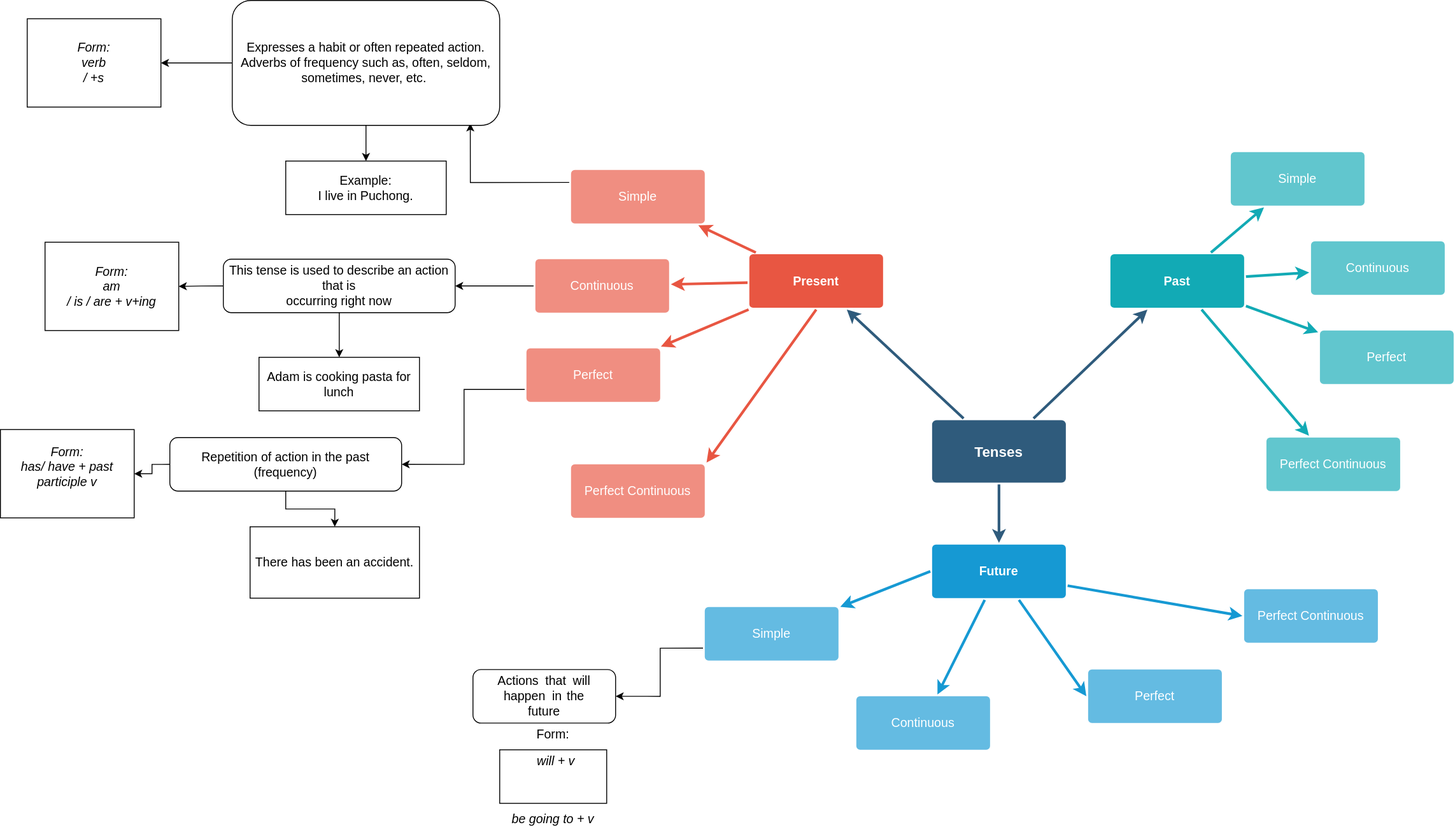
The draw.io diagram Tense.drawio.svg in mhrk04/WED10402-CE, before a commit. Source tidied: cells renumbered, new cells last; positions are measured from the earlier drawing's top-left corner, leaving out a move shared by most shapes.
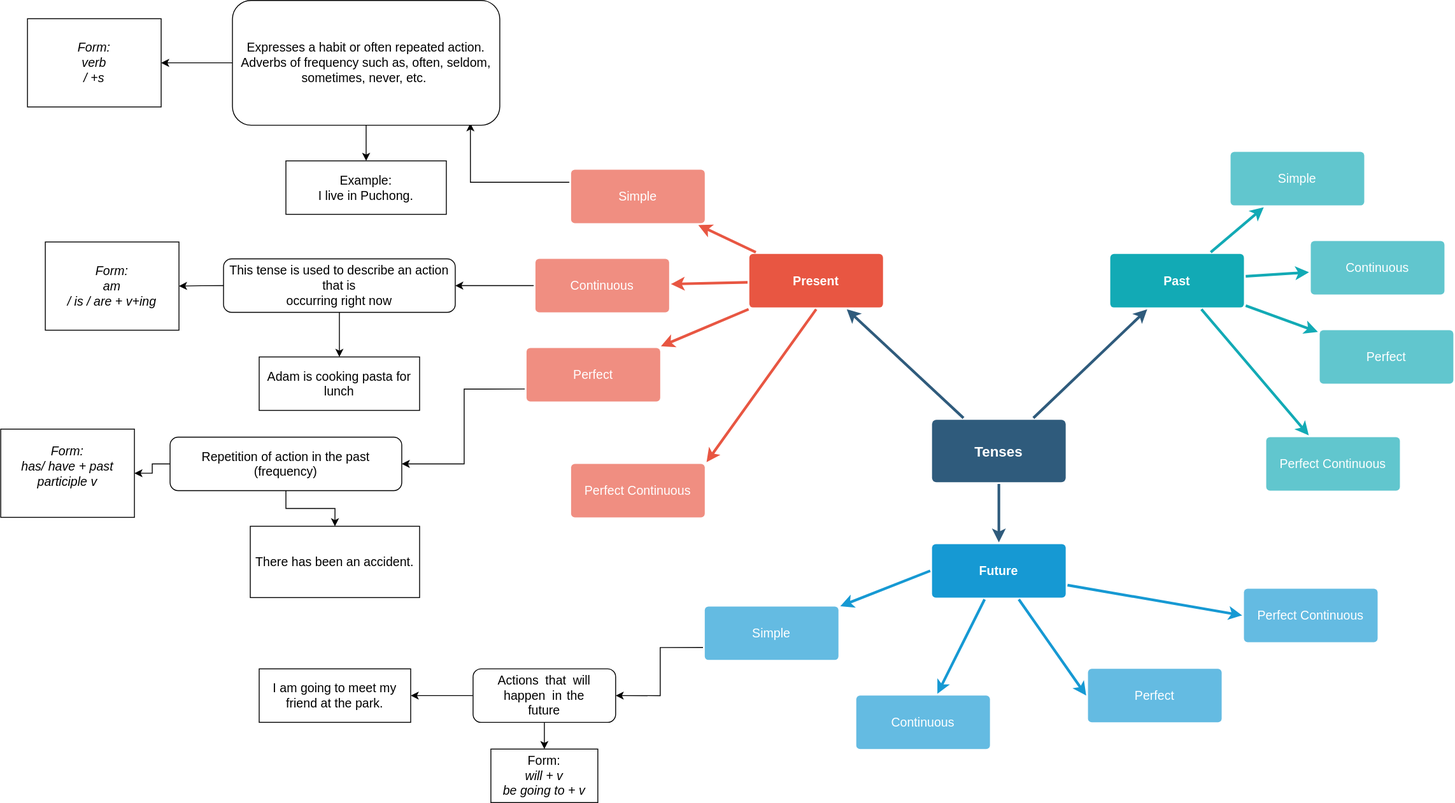
Above is the later version.

Diff of the diagram source:
```diff
@@ -152,11 +152,20 @@
     <mxCell id="51" value="&lt;i style=&quot;mso-bidi-font-style:normal&quot;&gt;&lt;span lang=&quot;EN-GB&quot;&gt;Form:&lt;br&gt;has/ have + past participle v&lt;/span&gt;&lt;/i&gt;&lt;br&gt;&lt;br&gt;" style="rounded=0;whiteSpace=wrap;html=1;fontSize=14;" parent="1" vertex="1">
       <mxGeometry y="481" width="150" height="99" as="geometry" />
     </mxCell>
+    <mxCell id="54" style="edgeStyle=orthogonalEdgeStyle;rounded=0;jettySize=auto;html=1;exitX=0.5;exitY=1;exitDx=0;exitDy=0;fontSize=14;" parent="1" edge="1" source="52" target="53">
+      <mxGeometry relative="1" as="geometry" />
+    </mxCell>
+    <mxCell id="55" style="edgeStyle=orthogonalEdgeStyle;rounded=0;jettySize=auto;html=1;exitX=0;exitY=0.5;exitDx=0;exitDy=0;entryX=1;entryY=0.5;entryDx=0;entryDy=0;fontSize=14;fontColor=#000000;" parent="1" edge="1" source="52" target="56">
+      <mxGeometry relative="1" as="geometry" />
+    </mxCell>
     <mxCell id="52" value="&lt;span style=&quot;font-size:12.0pt;line-height:&lt;br/&gt;107%;font-family:&amp;quot;Cambria&amp;quot;,serif;mso-fareast-font-family:Calibri;mso-bidi-font-family:&lt;br/&gt;Arial;color:#232021;mso-ansi-language:EN-GB;mso-fareast-language:EN-US;&lt;br/&gt;mso-bidi-language:AR-SA&quot; lang=&quot;EN-GB&quot;&gt;Actions&lt;span style=&quot;letter-spacing:2.75pt&quot;&gt; &lt;/span&gt;that&lt;span style=&quot;letter-spacing:2.75pt&quot;&gt; &lt;/span&gt;will&lt;span style=&quot;letter-spacing:2.75pt&quot;&gt; &lt;/span&gt;happen&lt;span style=&quot;letter-spacing:2.75pt&quot;&gt; &lt;/span&gt;in&lt;span style=&quot;letter-spacing:1.25pt&quot;&gt; &lt;/span&gt;the&lt;br/&gt;future&lt;/span&gt;" style="rounded=1;whiteSpace=wrap;html=1;fontSize=14;" parent="1" vertex="1">
       <mxGeometry x="530" y="750" width="160" height="60" as="geometry" />
     </mxCell>
-    <mxCell id="53" value="Form:&lt;br&gt;&lt;p style=&quot;margin-left: 5pt;&quot; align=&quot;center&quot; class=&quot;TableParagraph&quot;&gt;&lt;i&gt;&lt;span style=&quot;font-size:12.0pt;font-family:&amp;quot;Cambria&amp;quot;,serif;&lt;br/&gt;mso-bidi-font-family:Arial;color:#232021&quot; lang=&quot;EN-US&quot;&gt;will + v&lt;/span&gt;&lt;/i&gt;&lt;/p&gt;&lt;br/&gt;&lt;br/&gt;&lt;i&gt;&lt;span style=&quot;font-size:12.0pt;&lt;br/&gt;line-height:107%;font-family:&amp;quot;Cambria&amp;quot;,serif;mso-fareast-font-family:Calibri;&lt;br/&gt;mso-bidi-font-family:Arial;color:#232021;mso-ansi-language:EN-GB;mso-fareast-language:&lt;br/&gt;EN-US;mso-bidi-language:AR-SA&quot; lang=&quot;EN-GB&quot;&gt;be going to + v&lt;/span&gt;&lt;/i&gt;" style="rounded=0;whiteSpace=wrap;html=1;fontSize=14;" parent="1" vertex="1">
-      <mxGeometry x="560" y="840" width="120" height="60" as="geometry" />
+    <mxCell id="53" value="Form:&lt;br&gt;&lt;i style=&quot;background-color: initial;&quot;&gt;&lt;span lang=&quot;EN-US&quot;&gt;will + v&lt;/span&gt;&lt;/i&gt;&lt;br&gt;&lt;i&gt;&lt;span lang=&quot;EN-GB&quot;&gt;be going to + v&lt;/span&gt;&lt;/i&gt;" style="rounded=0;whiteSpace=wrap;html=1;fontSize=14;" parent="1" vertex="1">
+      <mxGeometry x="550" y="840" width="120" height="60" as="geometry" />
     </mxCell>
+    <mxCell id="56" value="I am going to meet my friend at the park." style="rounded=0;whiteSpace=wrap;html=1;fontSize=14;" parent="1" vertex="1">
+      <mxGeometry x="290" y="750" width="170" height="60" as="geometry" />
+    </mxCell>
   </root>
 </mxGraphModel>
```
